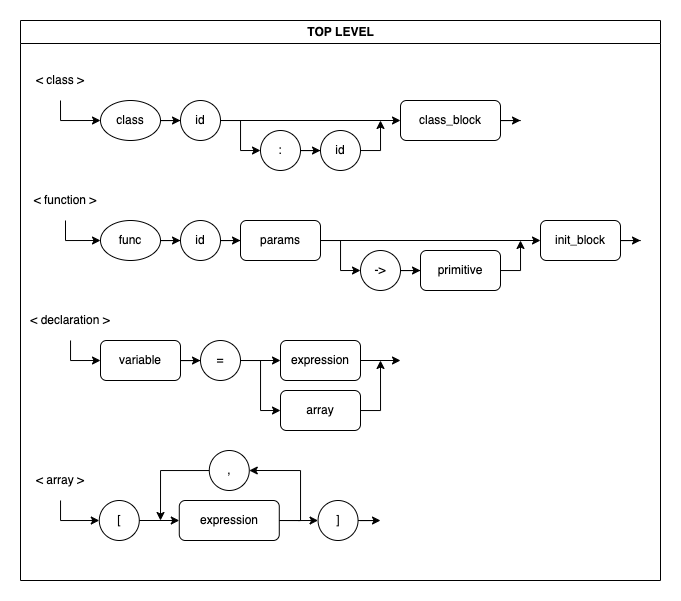
Before: diagram/top_level.png, a diagram exported from draw.io (ricardomongza99/typeton). Source tidied: cells renumbered, new cells last; positions are measured from the earlier drawing's top-left corner, leaving out a move shared by most shapes.
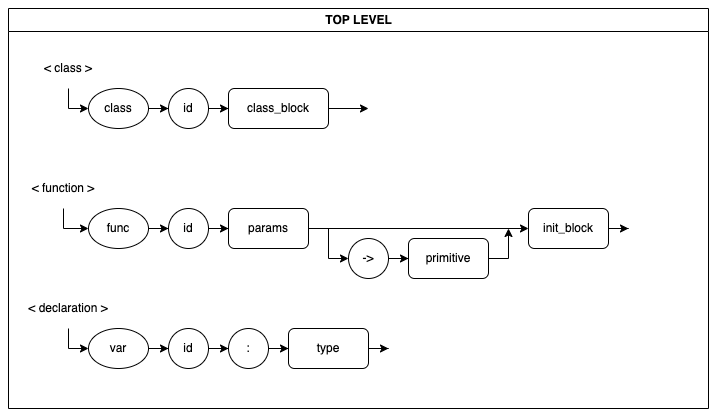
After the change.

Diff of the diagram source:
```diff
@@ -3,183 +3,123 @@
     <mxCell id="0" />
     <mxCell id="1" parent="0" />
     <mxCell id="2" value="TOP LEVEL" style="swimlane;fontFamily=Helvetica;fontSize=12;fontColor=default;strokeColor=default;fillColor=default;html=1;" parent="1" vertex="1">
-      <mxGeometry width="640" height="560" as="geometry" />
+      <mxGeometry width="700" height="400" as="geometry" />
     </mxCell>
-    <mxCell id="3" style="edgeStyle=orthogonalEdgeStyle;rounded=0;jettySize=auto;html=1;entryX=0;entryY=0.5;entryDx=0;entryDy=0;" parent="2" edge="1" source="4" target="30">
+    <mxCell id="3" style="edgeStyle=orthogonalEdgeStyle;rounded=0;jettySize=auto;html=1;entryX=0;entryY=0.5;entryDx=0;entryDy=0;" parent="2" edge="1" source="4" target="34">
       <mxGeometry relative="1" as="geometry" />
     </mxCell>
     <mxCell id="4" value="&amp;lt; declaration &amp;gt;" style="text;html=1;strokeColor=none;fillColor=none;align=center;verticalAlign=middle;whiteSpace=wrap;rounded=0;" parent="2" vertex="1">
-      <mxGeometry y="280" width="100" height="40" as="geometry" />
+      <mxGeometry y="280" width="120" height="40" as="geometry" />
     </mxCell>
-    <mxCell id="5" style="edgeStyle=orthogonalEdgeStyle;rounded=0;jettySize=auto;html=1;" parent="2" edge="1" source="6">
-      <mxGeometry relative="1" as="geometry">
-        <mxPoint x="380" y="340" as="targetPoint" />
-      </mxGeometry>
+    <mxCell id="5" value="&amp;lt; function &amp;gt;" style="text;html=1;strokeColor=none;fillColor=none;align=center;verticalAlign=middle;whiteSpace=wrap;rounded=0;" parent="2" vertex="1">
+      <mxGeometry y="160" width="110" height="40" as="geometry" />
     </mxCell>
-    <mxCell id="6" value="expression" style="rounded=1;whiteSpace=wrap;html=1;" parent="2" vertex="1">
-      <mxGeometry x="260" y="320" width="80" height="40" as="geometry" />
+    <mxCell id="6" style="edgeStyle=orthogonalEdgeStyle;rounded=0;jettySize=auto;html=1;entryX=0;entryY=0.5;entryDx=0;entryDy=0;" parent="2" edge="1" source="5" target="24">
+      <mxGeometry relative="1" as="geometry" />
     </mxCell>
-    <mxCell id="7" value="&amp;lt; function &amp;gt;" style="text;html=1;strokeColor=none;fillColor=none;align=center;verticalAlign=middle;whiteSpace=wrap;rounded=0;" parent="2" vertex="1">
-      <mxGeometry y="160" width="90" height="40" as="geometry" />
+    <mxCell id="7" value="id" style="ellipse;whiteSpace=wrap;html=1;" parent="2" vertex="1">
+      <mxGeometry x="160" y="200" width="40" height="40" as="geometry" />
     </mxCell>
-    <mxCell id="8" style="edgeStyle=orthogonalEdgeStyle;rounded=0;jettySize=auto;html=1;entryX=0;entryY=0.5;entryDx=0;entryDy=0;" parent="2" edge="1" source="7" target="36">
+    <mxCell id="8" style="edgeStyle=orthogonalEdgeStyle;rounded=0;jettySize=auto;html=1;entryX=0;entryY=0.5;entryDx=0;entryDy=0;" parent="2" edge="1" source="10" target="18">
       <mxGeometry relative="1" as="geometry" />
     </mxCell>
-    <mxCell id="9" value="id" style="ellipse;whiteSpace=wrap;html=1;" parent="2" vertex="1">
-      <mxGeometry x="160" y="200" width="40" height="40" as="geometry" />
+    <mxCell id="9" style="edgeStyle=orthogonalEdgeStyle;rounded=0;jettySize=auto;html=1;entryX=0;entryY=0.5;entryDx=0;entryDy=0;" parent="2" edge="1" source="10" target="12">
+      <mxGeometry relative="1" as="geometry">
+        <Array as="points">
+          <mxPoint x="320" y="220" />
+          <mxPoint x="320" y="250" />
+        </Array>
+      </mxGeometry>
     </mxCell>
-    <mxCell id="10" style="edgeStyle=orthogonalEdgeStyle;rounded=0;jettySize=auto;html=1;entryX=0;entryY=0.5;entryDx=0;entryDy=0;" parent="2" edge="1" source="12" target="25">
-      <mxGeometry relative="1" as="geometry" />
+    <mxCell id="10" value="params" style="rounded=1;whiteSpace=wrap;html=1;" parent="2" vertex="1">
+      <mxGeometry x="220" y="200" width="80" height="40" as="geometry" />
     </mxCell>
-    <mxCell id="11" style="edgeStyle=orthogonalEdgeStyle;rounded=0;jettySize=auto;html=1;entryX=0;entryY=0.5;entryDx=0;entryDy=0;" parent="2" edge="1" source="12" target="14">
-      <mxGeometry relative="1" as="geometry">
-        <Array as="points">
-          <mxPoint x="320" y="220" />
-          <mxPoint x="320" y="250" />
-        </Array>
-      </mxGeometry>
+    <mxCell id="11" style="edgeStyle=orthogonalEdgeStyle;rounded=0;jettySize=auto;html=1;entryX=0;entryY=0.5;entryDx=0;entryDy=0;" parent="2" edge="1" source="7" target="10">
+      <mxGeometry relative="1" as="geometry" />
     </mxCell>
-    <mxCell id="12" value="params" style="rounded=1;whiteSpace=wrap;html=1;" parent="2" vertex="1">
-      <mxGeometry x="220" y="200" width="80" height="40" as="geometry" />
+    <mxCell id="12" value="-&amp;gt;" style="ellipse;whiteSpace=wrap;html=1;" parent="2" vertex="1">
+      <mxGeometry x="340" y="230" width="40" height="40" as="geometry" />
     </mxCell>
-    <mxCell id="13" style="edgeStyle=orthogonalEdgeStyle;rounded=0;jettySize=auto;html=1;entryX=0;entryY=0.5;entryDx=0;entryDy=0;" parent="2" edge="1" source="9" target="12">
-      <mxGeometry relative="1" as="geometry" />
+    <mxCell id="13" value="primitive" style="rounded=1;whiteSpace=wrap;html=1;" parent="2" vertex="1">
+      <mxGeometry x="400" y="230" width="80" height="40" as="geometry" />
     </mxCell>
-    <mxCell id="14" value="-&amp;gt;" style="ellipse;whiteSpace=wrap;html=1;" parent="2" vertex="1">
-      <mxGeometry x="340" y="230" width="40" height="40" as="geometry" />
+    <mxCell id="14" style="edgeStyle=orthogonalEdgeStyle;rounded=0;jettySize=auto;html=1;entryX=0;entryY=0.5;entryDx=0;entryDy=0;" parent="2" edge="1" source="12" target="13">
+      <mxGeometry relative="1" as="geometry" />
     </mxCell>
-    <mxCell id="15" value="primitive" style="rounded=1;whiteSpace=wrap;html=1;" parent="2" vertex="1">
-      <mxGeometry x="400" y="230" width="80" height="40" as="geometry" />
+    <mxCell id="15" value="id" style="ellipse;whiteSpace=wrap;html=1;" parent="2" vertex="1">
+      <mxGeometry x="160" y="80" width="40" height="40" as="geometry" />
     </mxCell>
-    <mxCell id="16" style="edgeStyle=orthogonalEdgeStyle;rounded=0;jettySize=auto;html=1;entryX=0;entryY=0.5;entryDx=0;entryDy=0;" parent="2" edge="1" source="14" target="15">
-      <mxGeometry relative="1" as="geometry" />
+    <mxCell id="16" value="class_block" style="rounded=1;whiteSpace=wrap;html=1;" parent="2" vertex="1">
+      <mxGeometry x="220" y="80" width="100" height="40" as="geometry" />
     </mxCell>
-    <mxCell id="17" style="edgeStyle=orthogonalEdgeStyle;rounded=0;jettySize=auto;html=1;entryX=0;entryY=0.5;entryDx=0;entryDy=0;" parent="2" edge="1" source="18" target="24">
+    <mxCell id="17" style="edgeStyle=orthogonalEdgeStyle;rounded=0;jettySize=auto;html=1;entryX=0;entryY=0.5;entryDx=0;entryDy=0;" parent="2" edge="1" source="15" target="16">
       <mxGeometry relative="1" as="geometry" />
     </mxCell>
-    <mxCell id="18" value="id" style="ellipse;whiteSpace=wrap;html=1;" parent="2" vertex="1">
-      <mxGeometry x="160" y="80" width="40" height="40" as="geometry" />
+    <mxCell id="18" value="init_block" style="rounded=1;whiteSpace=wrap;html=1;" parent="2" vertex="1">
+      <mxGeometry x="520" y="200" width="80" height="40" as="geometry" />
     </mxCell>
-    <mxCell id="19" value="class_block" style="rounded=1;whiteSpace=wrap;html=1;" parent="2" vertex="1">
-      <mxGeometry x="380" y="80" width="100" height="40" as="geometry" />
+    <mxCell id="19" style="edgeStyle=orthogonalEdgeStyle;rounded=0;jettySize=auto;html=1;entryX=0;entryY=0.5;entryDx=0;entryDy=0;exitX=0.5;exitY=1;exitDx=0;exitDy=0;" parent="2" edge="1" source="20" target="22">
+      <mxGeometry relative="1" as="geometry">
+        <Array as="points">
+          <mxPoint x="60" y="100" />
+        </Array>
+      </mxGeometry>
     </mxCell>
-    <mxCell id="20" style="edgeStyle=orthogonalEdgeStyle;rounded=0;jettySize=auto;html=1;entryX=0;entryY=0.5;entryDx=0;entryDy=0;" parent="2" edge="1" source="18" target="19">
-      <mxGeometry relative="1" as="geometry" />
+    <mxCell id="20" value="&amp;lt; class &amp;gt;" style="text;html=1;strokeColor=none;fillColor=none;align=center;verticalAlign=middle;whiteSpace=wrap;rounded=0;" parent="2" vertex="1">
+      <mxGeometry y="40" width="120" height="40" as="geometry" />
     </mxCell>
-    <mxCell id="21" style="edgeStyle=orthogonalEdgeStyle;rounded=0;jettySize=auto;html=1;" parent="2" edge="1" source="22">
-      <mxGeometry relative="1" as="geometry">
-        <mxPoint x="360" y="100" as="targetPoint" />
-      </mxGeometry>
+    <mxCell id="21" style="edgeStyle=orthogonalEdgeStyle;rounded=0;jettySize=auto;html=1;entryX=0;entryY=0.5;entryDx=0;entryDy=0;" parent="2" edge="1" source="22" target="15">
+      <mxGeometry relative="1" as="geometry" />
     </mxCell>
-    <mxCell id="22" value="id" style="ellipse;whiteSpace=wrap;html=1;" parent="2" vertex="1">
-      <mxGeometry x="300" y="110" width="40" height="40" as="geometry" />
+    <mxCell id="22" value="class" style="ellipse;whiteSpace=wrap;html=1;" parent="2" vertex="1">
+      <mxGeometry x="80" y="80" width="60" height="40" as="geometry" />
     </mxCell>
-    <mxCell id="23" style="edgeStyle=orthogonalEdgeStyle;rounded=0;jettySize=auto;html=1;" parent="2" edge="1" source="24" target="22">
+    <mxCell id="23" style="edgeStyle=orthogonalEdgeStyle;rounded=0;jettySize=auto;html=1;entryX=0;entryY=0.5;entryDx=0;entryDy=0;" parent="2" edge="1" source="24" target="7">
       <mxGeometry relative="1" as="geometry" />
     </mxCell>
-    <mxCell id="24" value=":" style="ellipse;whiteSpace=wrap;html=1;" parent="2" vertex="1">
-      <mxGeometry x="240" y="110" width="40" height="40" as="geometry" />
+    <mxCell id="24" value="func" style="ellipse;whiteSpace=wrap;html=1;" parent="2" vertex="1">
+      <mxGeometry x="80" y="200" width="60" height="40" as="geometry" />
     </mxCell>
-    <mxCell id="25" value="init_block" style="rounded=1;whiteSpace=wrap;html=1;" parent="2" vertex="1">
-      <mxGeometry x="520" y="200" width="80" height="40" as="geometry" />
+    <mxCell id="25" style="edgeStyle=orthogonalEdgeStyle;rounded=0;jettySize=auto;html=1;" parent="2" edge="1" source="13">
+      <mxGeometry relative="1" as="geometry">
+        <mxPoint x="500" y="220" as="targetPoint" />
+      </mxGeometry>
     </mxCell>
-    <mxCell id="26" style="edgeStyle=orthogonalEdgeStyle;rounded=0;jettySize=auto;html=1;entryX=0;entryY=0.5;entryDx=0;entryDy=0;" parent="2" edge="1" source="28" target="6">
-      <mxGeometry relative="1" as="geometry" />
+    <mxCell id="26" style="edgeStyle=orthogonalEdgeStyle;rounded=0;jettySize=auto;html=1;" parent="2" edge="1" source="16">
+      <mxGeometry relative="1" as="geometry">
+        <mxPoint x="360" y="100" as="targetPoint" />
+      </mxGeometry>
     </mxCell>
-    <mxCell id="27" style="edgeStyle=orthogonalEdgeStyle;rounded=0;jettySize=auto;html=1;entryX=0;entryY=0.5;entryDx=0;entryDy=0;fontSize=18;" parent="2" edge="1" source="28" target="52">
-      <mxGeometry relative="1" as="geometry" />
+    <mxCell id="27" style="edgeStyle=orthogonalEdgeStyle;rounded=0;jettySize=auto;html=1;" parent="2" edge="1" source="18">
+      <mxGeometry relative="1" as="geometry">
+        <mxPoint x="620" y="220" as="targetPoint" />
+      </mxGeometry>
     </mxCell>
-    <mxCell id="28" value="=" style="ellipse;whiteSpace=wrap;html=1;" parent="2" vertex="1">
-      <mxGeometry x="180" y="320" width="40" height="40" as="geometry" />
+    <mxCell id="28" style="edgeStyle=orthogonalEdgeStyle;rounded=0;jettySize=auto;html=1;" parent="2" edge="1" source="29" target="31">
+      <mxGeometry relative="1" as="geometry" />
     </mxCell>
-    <mxCell id="29" style="edgeStyle=orthogonalEdgeStyle;rounded=0;jettySize=auto;html=1;" parent="2" edge="1" source="30" target="28">
-      <mxGeometry relative="1" as="geometry" />
+    <mxCell id="29" value="id" style="ellipse;whiteSpace=wrap;html=1;" parent="2" vertex="1">
+      <mxGeometry x="160" y="320" width="40" height="40" as="geometry" />
     </mxCell>
-    <mxCell id="30" value="variable" style="rounded=1;whiteSpace=wrap;html=1;" parent="2" vertex="1">
-      <mxGeometry x="80" y="320" width="80" height="40" as="geometry" />
+    <mxCell id="30" style="edgeStyle=orthogonalEdgeStyle;rounded=0;jettySize=auto;html=1;" parent="2" edge="1" source="31" target="32">
+      <mxGeometry relative="1" as="geometry" />
     </mxCell>
-    <mxCell id="31" style="edgeStyle=orthogonalEdgeStyle;rounded=0;jettySize=auto;html=1;entryX=0;entryY=0.5;entryDx=0;entryDy=0;exitX=0.5;exitY=1;exitDx=0;exitDy=0;" parent="2" edge="1" source="32" target="34">
-      <mxGeometry relative="1" as="geometry" />
+    <mxCell id="31" value=":" style="ellipse;whiteSpace=wrap;html=1;" parent="2" vertex="1">
+      <mxGeometry x="220" y="320" width="40" height="40" as="geometry" />
     </mxCell>
-    <mxCell id="32" value="&amp;lt; class &amp;gt;" style="text;html=1;strokeColor=none;fillColor=none;align=center;verticalAlign=middle;whiteSpace=wrap;rounded=0;" parent="2" vertex="1">
-      <mxGeometry y="40" width="80" height="40" as="geometry" />
+    <mxCell id="32" value="type" style="rounded=1;whiteSpace=wrap;html=1;" parent="2" vertex="1">
+      <mxGeometry x="280" y="320" width="80" height="40" as="geometry" />
     </mxCell>
-    <mxCell id="33" style="edgeStyle=orthogonalEdgeStyle;rounded=0;jettySize=auto;html=1;entryX=0;entryY=0.5;entryDx=0;entryDy=0;" parent="2" edge="1" source="34" target="18">
+    <mxCell id="33" style="edgeStyle=orthogonalEdgeStyle;rounded=0;jettySize=auto;html=1;entryX=0;entryY=0.5;entryDx=0;entryDy=0;" parent="2" edge="1" source="34" target="29">
       <mxGeometry relative="1" as="geometry" />
     </mxCell>
-    <mxCell id="34" value="class" style="ellipse;whiteSpace=wrap;html=1;" parent="2" vertex="1">
-      <mxGeometry x="80" y="80" width="60" height="40" as="geometry" />
+    <mxCell id="34" value="var" style="ellipse;whiteSpace=wrap;html=1;" parent="2" vertex="1">
+      <mxGeometry x="80" y="320" width="60" height="40" as="geometry" />
     </mxCell>
-    <mxCell id="35" style="edgeStyle=orthogonalEdgeStyle;rounded=0;jettySize=auto;html=1;entryX=0;entryY=0.5;entryDx=0;entryDy=0;" parent="2" edge="1" source="36" target="9">
-      <mxGeometry relative="1" as="geometry" />
+    <mxCell id="35" style="edgeStyle=orthogonalEdgeStyle;rounded=0;jettySize=auto;html=1;" parent="2" edge="1" source="32">
+      <mxGeometry relative="1" as="geometry">
+        <mxPoint x="380" y="340" as="targetPoint" />
+      </mxGeometry>
     </mxCell>
-    <mxCell id="36" value="func" style="ellipse;whiteSpace=wrap;html=1;" parent="2" vertex="1">
-      <mxGeometry x="80" y="200" width="60" height="40" as="geometry" />
-    </mxCell>
-    <mxCell id="37" style="edgeStyle=orthogonalEdgeStyle;rounded=0;jettySize=auto;html=1;" parent="2" edge="1" source="15">
-      <mxGeometry relative="1" as="geometry">
-        <mxPoint x="500" y="220" as="targetPoint" />
-      </mxGeometry>
-    </mxCell>
-    <mxCell id="38" style="edgeStyle=orthogonalEdgeStyle;rounded=0;jettySize=auto;html=1;" parent="2" edge="1" source="19">
-      <mxGeometry relative="1" as="geometry">
-        <mxPoint x="500" y="100" as="targetPoint" />
-      </mxGeometry>
-    </mxCell>
-    <mxCell id="39" style="edgeStyle=orthogonalEdgeStyle;rounded=0;jettySize=auto;html=1;" parent="2" edge="1" source="25">
-      <mxGeometry relative="1" as="geometry">
-        <mxPoint x="620" y="220" as="targetPoint" />
-      </mxGeometry>
-    </mxCell>
-    <mxCell id="40" value="&amp;lt; array &amp;gt;" style="text;html=1;strokeColor=none;fillColor=none;align=center;verticalAlign=middle;whiteSpace=wrap;rounded=0;" parent="2" vertex="1">
-      <mxGeometry y="440" width="80" height="40" as="geometry" />
-    </mxCell>
-    <mxCell id="41" value="[" style="ellipse;whiteSpace=wrap;html=1;" parent="2" vertex="1">
-      <mxGeometry x="78.8" y="480" width="40" height="40" as="geometry" />
-    </mxCell>
-    <mxCell id="42" style="edgeStyle=orthogonalEdgeStyle;rounded=0;jettySize=auto;html=1;entryX=0;entryY=0.5;entryDx=0;entryDy=0;fontSize=18;" parent="2" edge="1" source="40" target="41">
-      <mxGeometry relative="1" as="geometry" />
-    </mxCell>
-    <mxCell id="43" value="]" style="ellipse;whiteSpace=wrap;html=1;" parent="2" vertex="1">
-      <mxGeometry x="297.6" y="480" width="40" height="40" as="geometry" />
-    </mxCell>
-    <mxCell id="44" style="edgeStyle=orthogonalEdgeStyle;rounded=0;jettySize=auto;html=1;entryX=0;entryY=0.5;entryDx=0;entryDy=0;fontSize=18;" parent="2" edge="1" source="45" target="43">
-      <mxGeometry relative="1" as="geometry" />
-    </mxCell>
-    <mxCell id="45" value="expression" style="rounded=1;whiteSpace=wrap;html=1;" parent="2" vertex="1">
-      <mxGeometry x="158.8" y="480" width="100" height="40" as="geometry" />
-    </mxCell>
-    <mxCell id="46" style="edgeStyle=orthogonalEdgeStyle;rounded=0;jettySize=auto;html=1;entryX=0;entryY=0.5;entryDx=0;entryDy=0;fontSize=18;" parent="2" edge="1" source="41" target="45">
-      <mxGeometry relative="1" as="geometry" />
-    </mxCell>
-    <mxCell id="47" style="edgeStyle=orthogonalEdgeStyle;rounded=0;jettySize=auto;html=1;fontSize=18;" parent="2" edge="1" source="48">
-      <mxGeometry relative="1" as="geometry">
-        <mxPoint x="140" y="500" as="targetPoint" />
-      </mxGeometry>
-    </mxCell>
-    <mxCell id="48" value="," style="ellipse;whiteSpace=wrap;html=1;" parent="2" vertex="1">
-      <mxGeometry x="188.8" y="430" width="40" height="40" as="geometry" />
-    </mxCell>
-    <mxCell id="49" style="edgeStyle=orthogonalEdgeStyle;rounded=0;jettySize=auto;html=1;entryX=1;entryY=0.5;entryDx=0;entryDy=0;fontSize=18;exitX=1;exitY=0.5;exitDx=0;exitDy=0;" parent="2" edge="1" source="45" target="48">
-      <mxGeometry relative="1" as="geometry">
-        <Array as="points">
-          <mxPoint x="280" y="500" />
-          <mxPoint x="280" y="450" />
-        </Array>
-      </mxGeometry>
-    </mxCell>
-    <mxCell id="50" style="edgeStyle=orthogonalEdgeStyle;rounded=0;jettySize=auto;html=1;fontSize=18;" parent="2" edge="1" source="43">
-      <mxGeometry relative="1" as="geometry">
-        <mxPoint x="360" y="500" as="targetPoint" />
-      </mxGeometry>
-    </mxCell>
-    <mxCell id="51" style="edgeStyle=orthogonalEdgeStyle;rounded=0;jettySize=auto;html=1;fontSize=18;" parent="2" edge="1" source="52">
-      <mxGeometry relative="1" as="geometry">
-        <mxPoint x="360" y="340" as="targetPoint" />
-      </mxGeometry>
-    </mxCell>
-    <mxCell id="52" value="array" style="rounded=1;whiteSpace=wrap;html=1;" parent="2" vertex="1">
-      <mxGeometry x="260" y="370" width="80" height="40" as="geometry" />
-    </mxCell>
   </root>
 </mxGraphModel>
```
